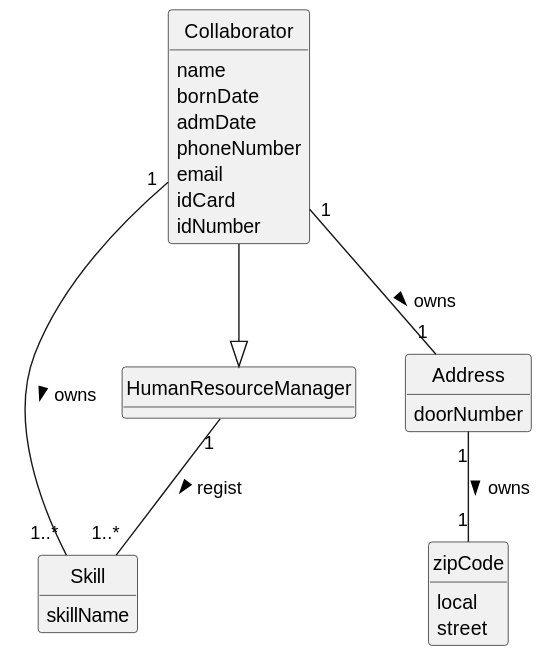
Before: docs/sprint2/us001/02.analysis/svg/us001-domain-model.svg, a diagram exported from PlantUML (1231360-ISEP/lei-24-s2-1db-g021).
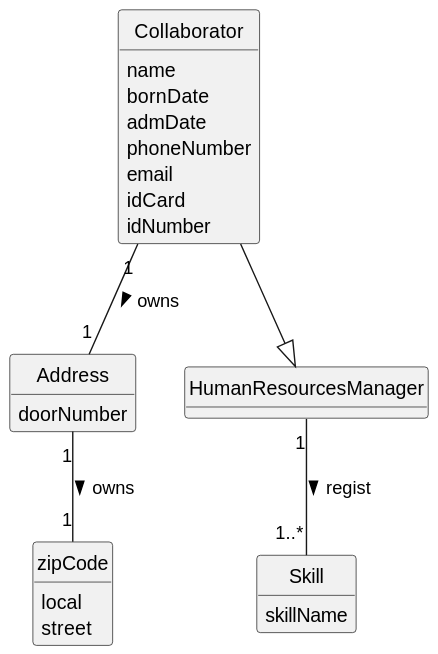
Above is the later version.

Change to the diagram source:
```diff
@@ -27,16 +27,15 @@
     street
 }
 
-class HumanResourceManager {}
+class HumanResourcesManager {}
 
 class Skill {
     skillName
 }
 
 
-Collaborator --|> HumanResourceManager
-Collaborator "1" - "1..*" Skill: owns >
-HumanResourceManager "1" -- "1..*" Skill : regist >
+Collaborator --|> HumanResourcesManager
+HumanResourcesManager "1" -- "1..*" Skill : regist >
 Collaborator "1" -- "1" Address: owns >
 Address "1" -- "1" zipCode : owns >
 @enduml
```
